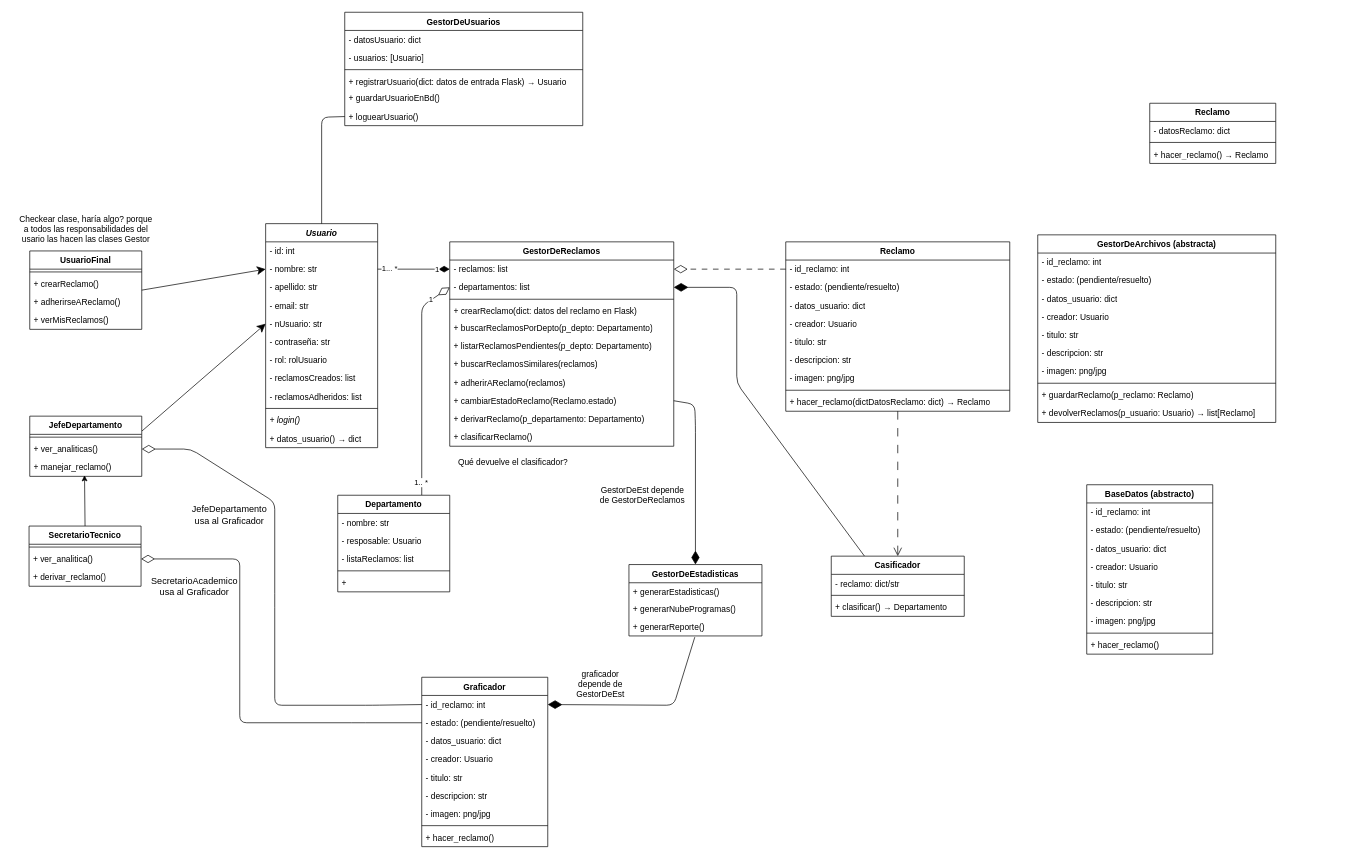
This is page "UML" (1 of 3) of TrabajoPractico_3/docs/diagrama_UML_TP3.drawio from FelipeCarrozzo/prog_avanzada, a draw.io file, before an edit. Source tidied: cells renumbered, new cells numbered last; positions are measured from the earlier drawing's top-left corner, leaving out a move shared by most shapes. Both pictures are drawn from the tidied source at 70%, with x=0, y=0 at pixel (12, 12).
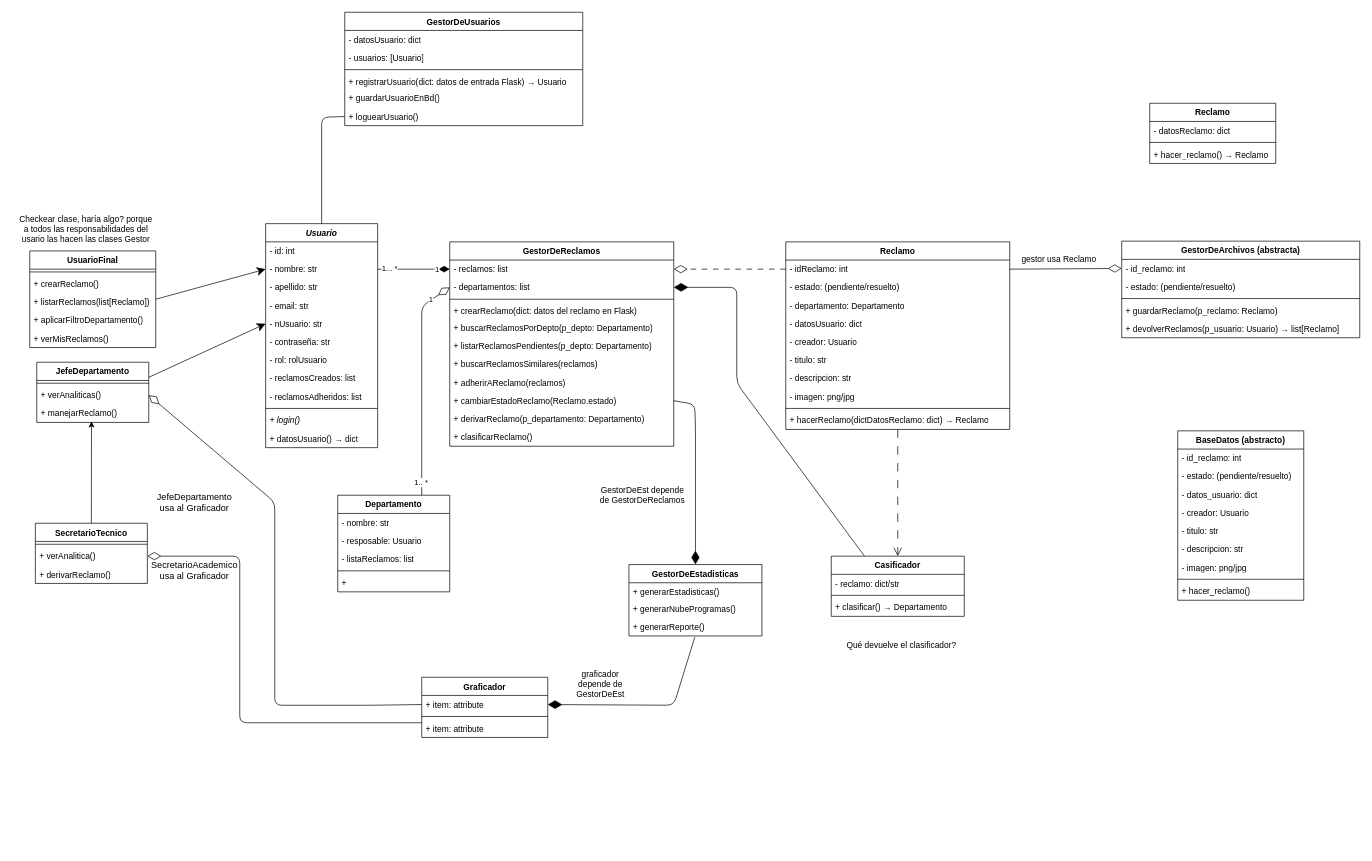
The same page after the edit.

Commit message:
agrrego atributos en el reclamo

Unchanged cells that the change refers to:
```xml
<mxCell id="8" value="&lt;i&gt;&lt;font style=&quot;color: rgb(0, 0, 0);&quot;&gt;Usuario&lt;/font&gt;&lt;/i&gt;" style="swimlane;fontStyle=1;align=center;verticalAlign=top;horizontal=1;startSize=26;whiteSpace=wrap;html=1;" parent="1" vertex="1">
  <mxGeometry x="362" y="302" width="160" height="320" as="geometry" />
</mxCell>
<mxCell id="95" value="- id_reclamo: int" style="text;strokeColor=none;fillColor=none;align=left;verticalAlign=top;spacingLeft=4;spacingRight=4;overflow=hidden;points=[[0,0.5],[1,0.5]];portConstraint=eastwest;whiteSpace=wrap;html=1;" parent="94" vertex="1">
  <mxGeometry y="26" width="340" height="26" as="geometry" />
</mxCell>
<mxCell id="124" value="+ generarReporte()" style="text;strokeColor=none;fillColor=none;align=left;verticalAlign=top;spacingLeft=4;spacingRight=4;overflow=hidden;points=[[0,0.5],[1,0.5]];portConstraint=eastwest;whiteSpace=wrap;html=1;" parent="121" vertex="1">
  <mxGeometry y="76" width="190" height="26" as="geometry" />
</mxCell>
```

The edit, as a diff of the source:
```diff
@@
     <mxCell id="3" value="UsuarioFinal" style="swimlane;fontStyle=1;align=center;verticalAlign=top;horizontal=1;startSize=26;whiteSpace=wrap;html=1;" parent="1" vertex="1">
-      <mxGeometry x="25" y="341" width="160" height="112" as="geometry" />
+      <mxGeometry x="25" y="341" width="180" height="138" as="geometry" />
     </mxCell>
     <mxCell id="4" style="line;strokeWidth=1;fillColor=none;align=left;verticalAlign=middle;spacingTop=-1;spacingLeft=3;spacingRight=3;labelPosition=right;strokeColor=inherit;" parent="3" vertex="1">
-      <mxGeometry y="26" width="160" height="8" as="geometry" />
+      <mxGeometry y="26" width="180" height="8" as="geometry" />
     </mxCell>
     <mxCell id="5" value="+ crearReclamo()" style="text;strokeColor=none;fillColor=none;align=left;verticalAlign=top;spacingLeft=4;spacingRight=4;overflow=hidden;whiteSpace=wrap;html=1;" parent="3" vertex="1">
-      <mxGeometry y="34" width="160" height="26" as="geometry" />
+      <mxGeometry y="34" width="180" height="26" as="geometry" />
     </mxCell>
-    <mxCell id="6" value="+ adherirseAReclamo()" style="text;strokeColor=none;fillColor=none;align=left;verticalAlign=top;spacingLeft=4;spacingRight=4;overflow=hidden;whiteSpace=wrap;html=1;" parent="3" vertex="1">
-      <mxGeometry y="60" width="160" height="26" as="geometry" />
+    <mxCell id="6" value="+ listarReclamos(list[Reclamo])" style="text;strokeColor=none;fillColor=none;align=left;verticalAlign=top;spacingLeft=4;spacingRight=4;overflow=hidden;whiteSpace=wrap;html=1;" parent="3" vertex="1">
+      <mxGeometry y="60" width="180" height="26" as="geometry" />
     </mxCell>
+    <mxCell id="129" value="&lt;div&gt;&lt;font style=&quot;color: rgb(0, 0, 0);&quot;&gt;+ aplicarFiltroDepartamento()&lt;/font&gt;&lt;/div&gt;" style="text;strokeColor=none;fillColor=none;align=left;verticalAlign=top;spacingLeft=4;spacingRight=4;overflow=hidden;whiteSpace=wrap;html=1;" parent="3" vertex="1">
+      <mxGeometry y="86" width="180" height="26" as="geometry" />
+    </mxCell>
     <mxCell id="7" value="+ verMisReclamos()" style="text;strokeColor=none;fillColor=none;align=left;verticalAlign=top;spacingLeft=4;spacingRight=4;overflow=hidden;whiteSpace=wrap;html=1;" parent="3" vertex="1">
-      <mxGeometry y="86" width="160" height="26" as="geometry" />
+      <mxGeometry y="112" width="180" height="26" as="geometry" />
     </mxCell>
@@
-    <mxCell id="20" value="&lt;font style=&quot;color: rgb(0, 0, 0);&quot;&gt;+ datos_usuario()&amp;nbsp;→ dict&lt;/font&gt;" style="text;strokeColor=none;fillColor=none;align=left;verticalAlign=top;spacingLeft=4;spacingRight=4;overflow=hidden;whiteSpace=wrap;html=1;" parent="8" vertex="1">
+    <mxCell id="20" value="&lt;font style=&quot;color: rgb(0, 0, 0);&quot;&gt;+ datosUsuario()&amp;nbsp;→ dict&lt;/font&gt;" style="text;strokeColor=none;fillColor=none;align=left;verticalAlign=top;spacingLeft=4;spacingRight=4;overflow=hidden;whiteSpace=wrap;html=1;" parent="8" vertex="1">
       <mxGeometry y="294" width="160" height="26" as="geometry" />
     </mxCell>
     <mxCell id="21" value="SecretarioTecnico" style="swimlane;fontStyle=1;align=center;verticalAlign=top;horizontal=1;startSize=26;whiteSpace=wrap;html=1;" parent="1" vertex="1">
-      <mxGeometry x="24" y="734" width="160" height="86" as="geometry" />
+      <mxGeometry x="33" y="730" width="160" height="86" as="geometry" />
     </mxCell>
@@
-    <mxCell id="23" value="+ ver_analitica()" style="text;strokeColor=none;fillColor=none;align=left;verticalAlign=top;spacingLeft=4;spacingRight=4;overflow=hidden;points=[[0,0.5],[1,0.5]];portConstraint=eastwest;whiteSpace=wrap;html=1;" parent="21" vertex="1">
+    <mxCell id="23" value="+ verAnalitica()" style="text;strokeColor=none;fillColor=none;align=left;verticalAlign=top;spacingLeft=4;spacingRight=4;overflow=hidden;points=[[0,0.5],[1,0.5]];portConstraint=eastwest;whiteSpace=wrap;html=1;" parent="21" vertex="1">
       <mxGeometry y="34" width="160" height="26" as="geometry" />
     </mxCell>
-    <mxCell id="24" value="+ derivar_reclamo()" style="text;strokeColor=none;fillColor=none;align=left;verticalAlign=top;spacingLeft=4;spacingRight=4;overflow=hidden;whiteSpace=wrap;html=1;" parent="21" vertex="1">
+    <mxCell id="24" value="+ derivarReclamo()" style="text;strokeColor=none;fillColor=none;align=left;verticalAlign=top;spacingLeft=4;spacingRight=4;overflow=hidden;whiteSpace=wrap;html=1;" parent="21" vertex="1">
       <mxGeometry y="60" width="160" height="26" as="geometry" />
     </mxCell>
@@
     <mxCell id="26" value="JefeDepartamento" style="swimlane;fontStyle=1;align=center;verticalAlign=top;horizontal=1;startSize=26;whiteSpace=wrap;html=1;" parent="1" vertex="1">
-      <mxGeometry x="25" y="577" width="160" height="86" as="geometry" />
+      <mxGeometry x="35" y="500" width="160" height="86" as="geometry" />
     </mxCell>
@@
-    <mxCell id="28" value="+ ver_analiticas()" style="text;strokeColor=none;fillColor=none;align=left;verticalAlign=top;spacingLeft=4;spacingRight=4;overflow=hidden;points=[[0,0.5],[1,0.5]];portConstraint=eastwest;whiteSpace=wrap;html=1;" parent="26" vertex="1">
+    <mxCell id="28" value="+ verAnaliticas()" style="text;strokeColor=none;fillColor=none;align=left;verticalAlign=top;spacingLeft=4;spacingRight=4;overflow=hidden;points=[[0,0.5],[1,0.5]];portConstraint=eastwest;whiteSpace=wrap;html=1;" parent="26" vertex="1">
       <mxGeometry y="34" width="160" height="26" as="geometry" />
     </mxCell>
-    <mxCell id="29" value="+ manejar_reclamo()" style="text;strokeColor=none;fillColor=none;align=left;verticalAlign=top;spacingLeft=4;spacingRight=4;overflow=hidden;points=[[0,0.5],[1,0.5]];portConstraint=eastwest;whiteSpace=wrap;html=1;" parent="26" vertex="1">
+    <mxCell id="29" value="+ manejarReclamo()" style="text;strokeColor=none;fillColor=none;align=left;verticalAlign=top;spacingLeft=4;spacingRight=4;overflow=hidden;points=[[0,0.5],[1,0.5]];portConstraint=eastwest;whiteSpace=wrap;html=1;" parent="26" vertex="1">
       <mxGeometry y="60" width="160" height="26" as="geometry" />
     </mxCell>
@@
     <mxCell id="31" value="Reclamo" style="swimlane;fontStyle=1;align=center;verticalAlign=top;horizontal=1;startSize=26;whiteSpace=wrap;html=1;" parent="1" vertex="1">
-      <mxGeometry x="1105" y="328" width="320" height="242" as="geometry" />
+      <mxGeometry x="1105" y="328" width="320" height="268" as="geometry" />
     </mxCell>
-    <mxCell id="32" value="- id_reclamo: int" style="text;strokeColor=none;fillColor=none;align=left;verticalAlign=top;spacingLeft=4;spacingRight=4;overflow=hidden;points=[[0,0.5],[1,0.5]];portConstraint=eastwest;whiteSpace=wrap;html=1;" parent="31" vertex="1">
+    <mxCell id="32" value="- idReclamo: int" style="text;strokeColor=none;fillColor=none;align=left;verticalAlign=top;spacingLeft=4;spacingRight=4;overflow=hidden;points=[[0,0.5],[1,0.5]];portConstraint=eastwest;whiteSpace=wrap;html=1;" parent="31" vertex="1">
       <mxGeometry y="26" width="320" height="26" as="geometry" />
     </mxCell>
@@
+    <mxCell id="130" value="- departamento: Departamento" style="text;strokeColor=none;fillColor=none;align=left;verticalAlign=top;spacingLeft=4;spacingRight=4;overflow=hidden;whiteSpace=wrap;html=1;" parent="31" vertex="1">
+      <mxGeometry y="78" width="320" height="26" as="geometry" />
+    </mxCell>
-    <mxCell id="34" value="- datos_usuario: dict" style="text;strokeColor=none;fillColor=none;align=left;verticalAlign=top;spacingLeft=4;spacingRight=4;overflow=hidden;whiteSpace=wrap;html=1;" parent="31" vertex="1">
-      <mxGeometry y="78" width="320" height="26" as="geometry" />
+    <mxCell id="34" value="- datosUsuario: dict" style="text;strokeColor=none;fillColor=none;align=left;verticalAlign=top;spacingLeft=4;spacingRight=4;overflow=hidden;whiteSpace=wrap;html=1;" parent="31" vertex="1">
+      <mxGeometry y="104" width="320" height="26" as="geometry" />
     </mxCell>
     <mxCell id="35" value="- creador: Usuario" style="text;strokeColor=none;fillColor=none;align=left;verticalAlign=top;spacingLeft=4;spacingRight=4;overflow=hidden;whiteSpace=wrap;html=1;" parent="31" vertex="1">
-      <mxGeometry y="104" width="320" height="26" as="geometry" />
+      <mxGeometry y="130" width="320" height="26" as="geometry" />
     </mxCell>
     <mxCell id="36" value="- titulo: str" style="text;strokeColor=none;fillColor=none;align=left;verticalAlign=top;spacingLeft=4;spacingRight=4;overflow=hidden;whiteSpace=wrap;html=1;" parent="31" vertex="1">
-      <mxGeometry y="130" width="320" height="26" as="geometry" />
+      <mxGeometry y="156" width="320" height="26" as="geometry" />
     </mxCell>
     <mxCell id="37" value="- descripcion: str" style="text;strokeColor=none;fillColor=none;align=left;verticalAlign=top;spacingLeft=4;spacingRight=4;overflow=hidden;whiteSpace=wrap;html=1;" parent="31" vertex="1">
-      <mxGeometry y="156" width="320" height="26" as="geometry" />
+      <mxGeometry y="182" width="320" height="26" as="geometry" />
     </mxCell>
     <mxCell id="38" value="- imagen: png/jpg" style="text;strokeColor=none;fillColor=none;align=left;verticalAlign=top;spacingLeft=4;spacingRight=4;overflow=hidden;whiteSpace=wrap;html=1;" parent="31" vertex="1">
-      <mxGeometry y="182" width="320" height="26" as="geometry" />
+      <mxGeometry y="208" width="320" height="26" as="geometry" />
     </mxCell>
     <mxCell id="39" style="line;strokeWidth=1;fillColor=none;align=left;verticalAlign=middle;spacingTop=-1;spacingLeft=3;spacingRight=3;labelPosition=right;strokeColor=inherit;" parent="31" vertex="1">
-      <mxGeometry y="208" width="320" height="8" as="geometry" />
+      <mxGeometry y="234" width="320" height="8" as="geometry" />
     </mxCell>
-    <mxCell id="40" value="&lt;font style=&quot;color: rgb(0, 0, 0);&quot;&gt;+ hacer_reclamo(dictDatosReclamo: dict)&amp;nbsp;→ Reclamo&lt;/font&gt;" style="text;strokeColor=none;fillColor=none;align=left;verticalAlign=top;spacingLeft=4;spacingRight=4;overflow=hidden;whiteSpace=wrap;html=1;" parent="31" vertex="1">
-      <mxGeometry y="216" width="320" height="26" as="geometry" />
+    <mxCell id="40" value="&lt;font style=&quot;color: rgb(0, 0, 0);&quot;&gt;+ hacerReclamo(dictDatosReclamo: dict)&amp;nbsp;→ Reclamo&lt;/font&gt;" style="text;strokeColor=none;fillColor=none;align=left;verticalAlign=top;spacingLeft=4;spacingRight=4;overflow=hidden;whiteSpace=wrap;html=1;" parent="31" vertex="1">
+      <mxGeometry y="242" width="320" height="26" as="geometry" />
     </mxCell>
@@
     <mxCell id="71" value="Graficador" style="swimlane;fontStyle=1;align=center;verticalAlign=top;horizontal=1;startSize=26;whiteSpace=wrap;html=1;" parent="1" vertex="1">
-      <mxGeometry x="585" y="950" width="180" height="242" as="geometry" />
+      <mxGeometry x="585" y="950" width="180" height="86" as="geometry" />
     </mxCell>
-    <mxCell id="72" value="- id_reclamo: int" style="text;strokeColor=none;fillColor=none;align=left;verticalAlign=top;spacingLeft=4;spacingRight=4;overflow=hidden;points=[[0,0.5],[1,0.5]];portConstraint=eastwest;whiteSpace=wrap;html=1;" parent="71" vertex="1">
-      <mxGeometry y="26" width="180" height="26" as="geometry" />
-    </mxCell>
-    <mxCell id="73" value="- estado: (pendiente/resuelto)" style="text;strokeColor=none;fillColor=none;align=left;verticalAlign=top;spacingLeft=4;spacingRight=4;overflow=hidden;points=[[0,0.5],[1,0.5]];portConstraint=eastwest;whiteSpace=wrap;html=1;" parent="71" vertex="1">
-      <mxGeometry y="52" width="180" height="26" as="geometry" />
-    </mxCell>
-    <mxCell id="74" value="- datos_usuario: dict" style="text;strokeColor=none;fillColor=none;align=left;verticalAlign=top;spacingLeft=4;spacingRight=4;overflow=hidden;whiteSpace=wrap;html=1;" parent="71" vertex="1">
-      <mxGeometry y="78" width="180" height="26" as="geometry" />
-    </mxCell>
-    <mxCell id="75" value="- creador: Usuario" style="text;strokeColor=none;fillColor=none;align=left;verticalAlign=top;spacingLeft=4;spacingRight=4;overflow=hidden;whiteSpace=wrap;html=1;" parent="71" vertex="1">
-      <mxGeometry y="104" width="180" height="26" as="geometry" />
-    </mxCell>
-    <mxCell id="76" value="- titulo: str" style="text;strokeColor=none;fillColor=none;align=left;verticalAlign=top;spacingLeft=4;spacingRight=4;overflow=hidden;whiteSpace=wrap;html=1;" parent="71" vertex="1">
-      <mxGeometry y="130" width="180" height="26" as="geometry" />
-    </mxCell>
-    <mxCell id="77" value="- descripcion: str" style="text;strokeColor=none;fillColor=none;align=left;verticalAlign=top;spacingLeft=4;spacingRight=4;overflow=hidden;whiteSpace=wrap;html=1;" parent="71" vertex="1">
-      <mxGeometry y="156" width="180" height="26" as="geometry" />
-    </mxCell>
-    <mxCell id="78" value="- imagen: png/jpg" style="text;strokeColor=none;fillColor=none;align=left;verticalAlign=top;spacingLeft=4;spacingRight=4;overflow=hidden;whiteSpace=wrap;html=1;" parent="71" vertex="1">
-      <mxGeometry y="182" width="180" height="26" as="geometry" />
-    </mxCell>
+    <mxCell id="131" value="+ item: attribute" style="text;strokeColor=none;fillColor=none;align=left;verticalAlign=top;spacingLeft=4;spacingRight=4;overflow=hidden;whiteSpace=wrap;html=1;" parent="71" vertex="1">
+      <mxGeometry y="26" width="180" height="26" as="geometry" />
+    </mxCell>
     <mxCell id="79" style="line;strokeWidth=1;fillColor=none;align=left;verticalAlign=middle;spacingTop=-1;spacingLeft=3;spacingRight=3;labelPosition=right;strokeColor=inherit;" parent="71" vertex="1">
-      <mxGeometry y="208" width="180" height="8" as="geometry" />
+      <mxGeometry y="52" width="180" height="8" as="geometry" />
     </mxCell>
-    <mxCell id="80" value="&lt;font style=&quot;color: rgb(0, 0, 0);&quot;&gt;+ hacer_reclamo()&lt;/font&gt;" style="text;strokeColor=none;fillColor=none;align=left;verticalAlign=top;spacingLeft=4;spacingRight=4;overflow=hidden;whiteSpace=wrap;html=1;" parent="71" vertex="1">
-      <mxGeometry y="216" width="180" height="26" as="geometry" />
-    </mxCell>
+    <mxCell id="132" value="+ item: attribute" style="text;strokeColor=none;fillColor=none;align=left;verticalAlign=top;spacingLeft=4;spacingRight=4;overflow=hidden;whiteSpace=wrap;html=1;" parent="71" vertex="1">
+      <mxGeometry y="60" width="180" height="26" as="geometry" />
+    </mxCell>
-    <mxCell id="81" style="edgeStyle=none;html=1;entryX=1;entryY=0.5;entryDx=0;entryDy=0;endArrow=diamondThin;endFill=1;endSize=18;exitX=0.495;exitY=1.066;exitDx=0;exitDy=0;exitPerimeter=0;" parent="1" edge="1" source="124" target="72">
+    <mxCell id="81" style="edgeStyle=none;html=1;entryX=1;entryY=0.5;entryDx=0;entryDy=0;endArrow=diamondThin;endFill=1;endSize=18;exitX=0.495;exitY=1.066;exitDx=0;exitDy=0;exitPerimeter=0;" parent="1" edge="1" source="124">
       <mxGeometry relative="1" as="geometry">
+        <mxPoint x="765" y="989" as="targetPoint" />
         <Array as="points">
           <mxPoint x="945" y="990" />
         </Array>
       </mxGeometry>
     </mxCell>
@@
-    <mxCell id="83" style="edgeStyle=none;html=1;exitX=0;exitY=0.5;exitDx=0;exitDy=0;endArrow=diamondThin;endFill=0;endSize=17;entryX=1;entryY=0.5;entryDx=0;entryDy=0;" parent="1" edge="1" source="72" target="28">
+    <mxCell id="83" style="edgeStyle=none;html=1;exitX=0;exitY=0.5;exitDx=0;exitDy=0;endArrow=diamondThin;endFill=0;endSize=17;entryX=1;entryY=0.5;entryDx=0;entryDy=0;" parent="1" edge="1" target="28">
       <mxGeometry relative="1" as="geometry">
+        <mxPoint x="585" y="989" as="sourcePoint" />
         <Array as="points">
           <mxPoint x="515" y="990" />
           <mxPoint x="375" y="990" />
           <mxPoint x="375" y="840" />
           <mxPoint x="375" y="700" />
-          <mxPoint x="255" y="624" />
         </Array>
       </mxGeometry>
     </mxCell>
-    <mxCell id="84" value="&lt;font style=&quot;font-size: 13px;&quot;&gt;JefeDepartamento&lt;/font&gt;&lt;div&gt;&lt;font style=&quot;font-size: 13px;&quot;&gt;usa al Graficador&lt;/font&gt;&lt;/div&gt;" style="text;html=1;align=center;verticalAlign=middle;strokeColor=none;fillColor=none;" parent="1" vertex="1">
-      <mxGeometry x="245" y="698" width="130" height="40" as="geometry" />
+    <mxCell id="84" value="&lt;font style=&quot;font-size: 13px;&quot;&gt;JefeDepartamento&lt;/font&gt;&lt;div&gt;&lt;font style=&quot;font-size: 13px;&quot;&gt;usa al Graficador&lt;/font&gt;&lt;/div&gt;" style="text;html=1;align=center;verticalAlign=middle;strokeColor=none;fillColor=none;rotation=0;" parent="1" vertex="1">
+      <mxGeometry x="195" y="680" width="130" height="40" as="geometry" />
     </mxCell>
-    <mxCell id="85" style="edgeStyle=none;html=1;exitX=0;exitY=0.5;exitDx=0;exitDy=0;endArrow=diamondThin;endFill=0;endSize=17;entryX=1;entryY=0.5;entryDx=0;entryDy=0;" parent="1" edge="1" source="73" target="23">
+    <mxCell id="85" style="edgeStyle=none;html=1;exitX=0;exitY=0.5;exitDx=0;exitDy=0;endArrow=diamondThin;endFill=0;endSize=17;entryX=1;entryY=0.5;entryDx=0;entryDy=0;" parent="1" edge="1" target="23">
       <mxGeometry relative="1" as="geometry">
+        <mxPoint x="585" y="1015" as="sourcePoint" />
         <Array as="points">
           <mxPoint x="495" y="1015" />
           <mxPoint x="325" y="1015" />
-          <mxPoint x="325" y="781" />
+          <mxPoint x="325" y="777" />
         </Array>
       </mxGeometry>
     </mxCell>
     <mxCell id="86" value="&lt;span style=&quot;font-size: 13px;&quot;&gt;SecretarioAcademico&lt;/span&gt;&lt;br&gt;&lt;div&gt;&lt;font style=&quot;font-size: 13px;&quot;&gt;usa al Graficador&lt;/font&gt;&lt;/div&gt;" style="text;html=1;align=center;verticalAlign=middle;strokeColor=none;fillColor=none;" parent="1" vertex="1">
-      <mxGeometry x="185" y="800" width="150" height="40" as="geometry" />
+      <mxGeometry x="185" y="777" width="150" height="40" as="geometry" />
     </mxCell>
@@
     <mxCell id="94" value="GestorDeArchivos (abstracta)" style="swimlane;fontStyle=1;align=center;verticalAlign=top;horizontal=1;startSize=26;whiteSpace=wrap;html=1;" parent="1" vertex="1">
-      <mxGeometry x="1465" y="318" width="340" height="268" as="geometry" />
+      <mxGeometry x="1585" y="327" width="340" height="138" as="geometry" />
     </mxCell>
@@
-    <mxCell id="97" value="- datos_usuario: dict" style="text;strokeColor=none;fillColor=none;align=left;verticalAlign=top;spacingLeft=4;spacingRight=4;overflow=hidden;whiteSpace=wrap;html=1;" parent="94" vertex="1">
-      <mxGeometry y="78" width="340" height="26" as="geometry" />
-    </mxCell>
-    <mxCell id="98" value="- creador: Usuario" style="text;strokeColor=none;fillColor=none;align=left;verticalAlign=top;spacingLeft=4;spacingRight=4;overflow=hidden;whiteSpace=wrap;html=1;" parent="94" vertex="1">
-      <mxGeometry y="104" width="340" height="26" as="geometry" />
-    </mxCell>
-    <mxCell id="99" value="- titulo: str" style="text;strokeColor=none;fillColor=none;align=left;verticalAlign=top;spacingLeft=4;spacingRight=4;overflow=hidden;whiteSpace=wrap;html=1;" parent="94" vertex="1">
-      <mxGeometry y="130" width="340" height="26" as="geometry" />
-    </mxCell>
-    <mxCell id="100" value="- descripcion: str" style="text;strokeColor=none;fillColor=none;align=left;verticalAlign=top;spacingLeft=4;spacingRight=4;overflow=hidden;whiteSpace=wrap;html=1;" parent="94" vertex="1">
-      <mxGeometry y="156" width="340" height="26" as="geometry" />
-    </mxCell>
-    <mxCell id="101" value="- imagen: png/jpg" style="text;strokeColor=none;fillColor=none;align=left;verticalAlign=top;spacingLeft=4;spacingRight=4;overflow=hidden;whiteSpace=wrap;html=1;" parent="94" vertex="1">
-      <mxGeometry y="182" width="340" height="26" as="geometry" />
-    </mxCell>
     <mxCell id="102" style="line;strokeWidth=1;fillColor=none;align=left;verticalAlign=middle;spacingTop=-1;spacingLeft=3;spacingRight=3;labelPosition=right;strokeColor=inherit;" parent="94" vertex="1">
-      <mxGeometry y="208" width="340" height="8" as="geometry" />
+      <mxGeometry y="78" width="340" height="8" as="geometry" />
     </mxCell>
     <mxCell id="103" value="&lt;font style=&quot;color: rgb(0, 0, 0);&quot;&gt;+ guardarReclamo(p_reclamo: Reclamo)&lt;/font&gt;" style="text;strokeColor=none;fillColor=none;align=left;verticalAlign=top;spacingLeft=4;spacingRight=4;overflow=hidden;whiteSpace=wrap;html=1;" parent="94" vertex="1">
-      <mxGeometry y="216" width="340" height="26" as="geometry" />
+      <mxGeometry y="86" width="340" height="26" as="geometry" />
     </mxCell>
     <mxCell id="104" value="&lt;font style=&quot;color: rgb(0, 0, 0);&quot;&gt;+ devolverReclamos(p_usuario: Usuario)&amp;nbsp;→ list[Reclamo]&lt;/font&gt;" style="text;strokeColor=none;fillColor=none;align=left;verticalAlign=top;spacingLeft=4;spacingRight=4;overflow=hidden;whiteSpace=wrap;html=1;" parent="94" vertex="1">
-      <mxGeometry y="242" width="340" height="26" as="geometry" />
+      <mxGeometry y="112" width="340" height="26" as="geometry" />
     </mxCell>
     <mxCell id="105" value="BaseDatos (abstracto)" style="swimlane;fontStyle=1;align=center;verticalAlign=top;horizontal=1;startSize=26;whiteSpace=wrap;html=1;" parent="1" vertex="1">
-      <mxGeometry x="1535" y="675" width="180" height="242" as="geometry" />
+      <mxGeometry x="1665" y="598" width="180" height="242" as="geometry" />
     </mxCell>
@@
     <mxCell id="128" value="Qué devuelve el clasificador?" style="text;html=1;align=center;verticalAlign=middle;strokeColor=none;fillColor=none;" parent="1" vertex="1">
-      <mxGeometry x="625" y="628" width="180" height="30" as="geometry" />
+      <mxGeometry x="1180" y="890" width="180" height="30" as="geometry" />
     </mxCell>
+    <mxCell id="133" style="edgeStyle=none;html=1;exitX=1;exitY=0.5;exitDx=0;exitDy=0;entryX=0;entryY=0.5;entryDx=0;entryDy=0;endArrow=diamondThin;endFill=0;endSize=17;" parent="1" edge="1" source="32" target="95">
+      <mxGeometry relative="1" as="geometry" />
+    </mxCell>
+    <mxCell id="134" value="gestor usa Reclamo" style="text;html=1;align=center;verticalAlign=middle;strokeColor=none;fillColor=none;" parent="1" vertex="1">
+      <mxGeometry x="1430" y="338" width="130" height="30" as="geometry" />
+    </mxCell>
```
